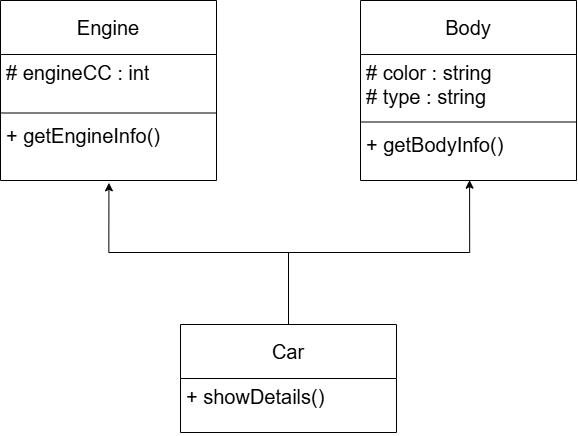
Before: MultipleInheritance/UMLMultipleInheritance.drawio.png, a diagram exported from draw.io (Balakrishna0907/Record-5-and-6). Source tidied: cells renumbered, new cells last; positions are measured from the earlier drawing's top-left corner, leaving out a move shared by most shapes. Its diagram source:
```xml
<mxGraphModel>
  <root>
    <mxCell id="0" />
    <mxCell id="1" parent="0" />
    <mxCell id="2" value="Engine" style="swimlane;fontStyle=0;horizontal=1;startSize=54;fillColor=none;whiteSpace=wrap;html=1;fontSize=20;" parent="1" vertex="1">
      <mxGeometry width="216" height="180" as="geometry" />
    </mxCell>
    <mxCell id="3" value="# engineCC : int" style="text;strokeColor=none;fillColor=none;align=left;verticalAlign=top;spacingLeft=4;spacingRight=4;overflow=hidden;whiteSpace=wrap;html=1;fontSize=20;" parent="2" vertex="1">
      <mxGeometry y="54" width="216" height="54" as="geometry" />
    </mxCell>
    <mxCell id="4" style="line;strokeWidth=1;fillColor=none;align=left;verticalAlign=middle;spacingTop=-1;spacingLeft=3;spacingRight=3;labelPosition=right;strokeColor=inherit;" parent="2" vertex="1">
      <mxGeometry y="108" width="216" height="9" as="geometry" />
    </mxCell>
    <mxCell id="5" value="+ getEngineInfo()" style="text;strokeColor=none;fillColor=none;align=left;verticalAlign=top;spacingLeft=4;spacingRight=4;overflow=hidden;points=[[0,0.5],[1,0.5]];portConstraint=eastwest;whiteSpace=wrap;html=1;fontSize=20;" parent="2" vertex="1">
      <mxGeometry y="117" width="216" height="63" as="geometry" />
    </mxCell>
    <mxCell id="6" value="Body" style="swimlane;fontStyle=0;horizontal=1;startSize=54;fillColor=none;whiteSpace=wrap;html=1;fontSize=20;" parent="1" vertex="1">
      <mxGeometry x="360" width="216" height="180" as="geometry" />
    </mxCell>
    <mxCell id="7" value="# color : string&lt;div&gt;# type : string&amp;nbsp;&lt;/div&gt;" style="text;strokeColor=none;fillColor=none;align=left;verticalAlign=top;spacingLeft=4;spacingRight=4;overflow=hidden;whiteSpace=wrap;html=1;fontSize=20;" parent="6" vertex="1">
      <mxGeometry y="54" width="216" height="63" as="geometry" />
    </mxCell>
    <mxCell id="8" style="line;strokeWidth=1;fillColor=none;align=left;verticalAlign=middle;spacingTop=-1;spacingLeft=3;spacingRight=3;labelPosition=right;strokeColor=inherit;" parent="6" vertex="1">
      <mxGeometry y="117" width="216" height="9" as="geometry" />
    </mxCell>
    <mxCell id="9" value="+ getBodyInfo()" style="text;strokeColor=none;fillColor=none;align=left;verticalAlign=top;spacingLeft=4;spacingRight=4;overflow=hidden;points=[[0,0.5],[1,0.5]];portConstraint=eastwest;whiteSpace=wrap;html=1;fontSize=20;" parent="6" vertex="1">
      <mxGeometry y="126" width="216" height="54" as="geometry" />
    </mxCell>
    <mxCell id="10" style="edgeStyle=orthogonalEdgeStyle;rounded=0;jettySize=auto;html=1;exitX=0.5;exitY=0;exitDx=0;exitDy=0;entryX=0.502;entryY=1.037;entryDx=0;entryDy=0;entryPerimeter=0;" parent="1" edge="1" source="11" target="5">
      <mxGeometry relative="1" as="geometry">
        <Array as="points">
          <mxPoint x="288" y="252" />
          <mxPoint x="108" y="252" />
        </Array>
      </mxGeometry>
    </mxCell>
    <mxCell id="11" value="Car" style="swimlane;fontStyle=0;horizontal=1;startSize=54;fillColor=none;whiteSpace=wrap;html=1;fontSize=20;" parent="1" vertex="1">
      <mxGeometry x="180" y="324" width="216" height="108" as="geometry" />
    </mxCell>
    <mxCell id="12" value="+ showDetails()" style="text;strokeColor=none;fillColor=none;align=left;verticalAlign=top;spacingLeft=4;spacingRight=4;overflow=hidden;whiteSpace=wrap;html=1;fontSize=20;" parent="11" vertex="1">
      <mxGeometry y="54" width="216" height="54" as="geometry" />
    </mxCell>
    <mxCell id="13" style="edgeStyle=orthogonalEdgeStyle;rounded=0;jettySize=auto;html=1;exitX=0.5;exitY=0;exitDx=0;exitDy=0;entryX=0.505;entryY=0.994;entryDx=0;entryDy=0;entryPerimeter=0;" parent="1" edge="1" source="11" target="9">
      <mxGeometry relative="1" as="geometry" />
    </mxCell>
  </root>
</mxGraphModel>
```
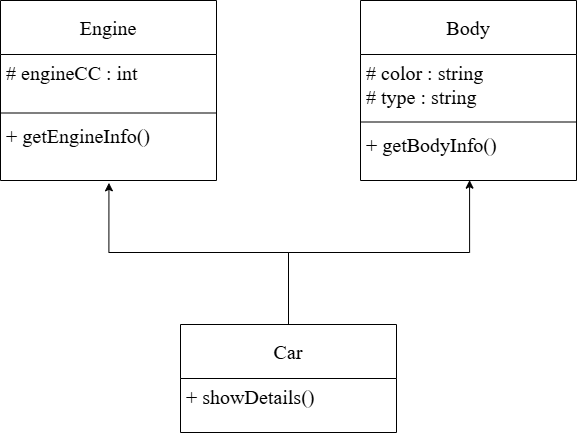
After the commit.

The edit, as a diff of the source:
```diff
@@ -2,31 +2,31 @@
   <root>
     <mxCell id="0" />
     <mxCell id="1" parent="0" />
-    <mxCell id="2" value="Engine" style="swimlane;fontStyle=0;horizontal=1;startSize=54;fillColor=none;whiteSpace=wrap;html=1;fontSize=20;" parent="1" vertex="1">
+    <mxCell id="2" value="Engine" style="swimlane;fontStyle=0;horizontal=1;startSize=54;fillColor=none;whiteSpace=wrap;html=1;fontSize=20;fontFamily=Times New Roman;" parent="1" vertex="1">
       <mxGeometry width="216" height="180" as="geometry" />
     </mxCell>
-    <mxCell id="3" value="# engineCC : int" style="text;strokeColor=none;fillColor=none;align=left;verticalAlign=top;spacingLeft=4;spacingRight=4;overflow=hidden;whiteSpace=wrap;html=1;fontSize=20;" parent="2" vertex="1">
+    <mxCell id="3" value="# engineCC : int" style="text;strokeColor=none;fillColor=none;align=left;verticalAlign=top;spacingLeft=4;spacingRight=4;overflow=hidden;whiteSpace=wrap;html=1;fontSize=20;fontFamily=Times New Roman;" parent="2" vertex="1">
       <mxGeometry y="54" width="216" height="54" as="geometry" />
     </mxCell>
-    <mxCell id="4" style="line;strokeWidth=1;fillColor=none;align=left;verticalAlign=middle;spacingTop=-1;spacingLeft=3;spacingRight=3;labelPosition=right;strokeColor=inherit;" parent="2" vertex="1">
+    <mxCell id="4" style="line;strokeWidth=1;fillColor=none;align=left;verticalAlign=middle;spacingTop=-1;spacingLeft=3;spacingRight=3;labelPosition=right;strokeColor=inherit;fontFamily=Times New Roman;" parent="2" vertex="1">
       <mxGeometry y="108" width="216" height="9" as="geometry" />
     </mxCell>
-    <mxCell id="5" value="+ getEngineInfo()" style="text;strokeColor=none;fillColor=none;align=left;verticalAlign=top;spacingLeft=4;spacingRight=4;overflow=hidden;points=[[0,0.5],[1,0.5]];portConstraint=eastwest;whiteSpace=wrap;html=1;fontSize=20;" parent="2" vertex="1">
+    <mxCell id="5" value="+ getEngineInfo()" style="text;strokeColor=none;fillColor=none;align=left;verticalAlign=top;spacingLeft=4;spacingRight=4;overflow=hidden;points=[[0,0.5],[1,0.5]];portConstraint=eastwest;whiteSpace=wrap;html=1;fontSize=20;fontFamily=Times New Roman;" parent="2" vertex="1">
       <mxGeometry y="117" width="216" height="63" as="geometry" />
     </mxCell>
-    <mxCell id="6" value="Body" style="swimlane;fontStyle=0;horizontal=1;startSize=54;fillColor=none;whiteSpace=wrap;html=1;fontSize=20;" parent="1" vertex="1">
+    <mxCell id="6" value="Body" style="swimlane;fontStyle=0;horizontal=1;startSize=54;fillColor=none;whiteSpace=wrap;html=1;fontSize=20;fontFamily=Times New Roman;" parent="1" vertex="1">
       <mxGeometry x="360" width="216" height="180" as="geometry" />
     </mxCell>
-    <mxCell id="7" value="# color : string&lt;div&gt;# type : string&amp;nbsp;&lt;/div&gt;" style="text;strokeColor=none;fillColor=none;align=left;verticalAlign=top;spacingLeft=4;spacingRight=4;overflow=hidden;whiteSpace=wrap;html=1;fontSize=20;" parent="6" vertex="1">
+    <mxCell id="7" value="# color : string&lt;div&gt;# type : string&amp;nbsp;&lt;/div&gt;" style="text;strokeColor=none;fillColor=none;align=left;verticalAlign=top;spacingLeft=4;spacingRight=4;overflow=hidden;whiteSpace=wrap;html=1;fontSize=20;fontFamily=Times New Roman;" parent="6" vertex="1">
       <mxGeometry y="54" width="216" height="63" as="geometry" />
     </mxCell>
-    <mxCell id="8" style="line;strokeWidth=1;fillColor=none;align=left;verticalAlign=middle;spacingTop=-1;spacingLeft=3;spacingRight=3;labelPosition=right;strokeColor=inherit;" parent="6" vertex="1">
+    <mxCell id="8" style="line;strokeWidth=1;fillColor=none;align=left;verticalAlign=middle;spacingTop=-1;spacingLeft=3;spacingRight=3;labelPosition=right;strokeColor=inherit;fontFamily=Times New Roman;" parent="6" vertex="1">
       <mxGeometry y="117" width="216" height="9" as="geometry" />
     </mxCell>
-    <mxCell id="9" value="+ getBodyInfo()" style="text;strokeColor=none;fillColor=none;align=left;verticalAlign=top;spacingLeft=4;spacingRight=4;overflow=hidden;points=[[0,0.5],[1,0.5]];portConstraint=eastwest;whiteSpace=wrap;html=1;fontSize=20;" parent="6" vertex="1">
+    <mxCell id="9" value="+ getBodyInfo()" style="text;strokeColor=none;fillColor=none;align=left;verticalAlign=top;spacingLeft=4;spacingRight=4;overflow=hidden;points=[[0,0.5],[1,0.5]];portConstraint=eastwest;whiteSpace=wrap;html=1;fontSize=20;fontFamily=Times New Roman;" parent="6" vertex="1">
       <mxGeometry y="126" width="216" height="54" as="geometry" />
     </mxCell>
-    <mxCell id="10" style="edgeStyle=orthogonalEdgeStyle;rounded=0;jettySize=auto;html=1;exitX=0.5;exitY=0;exitDx=0;exitDy=0;entryX=0.502;entryY=1.037;entryDx=0;entryDy=0;entryPerimeter=0;" parent="1" edge="1" source="11" target="5">
+    <mxCell id="10" style="edgeStyle=orthogonalEdgeStyle;rounded=0;jettySize=auto;html=1;exitX=0.5;exitY=0;exitDx=0;exitDy=0;entryX=0.502;entryY=1.037;entryDx=0;entryDy=0;entryPerimeter=0;fontFamily=Times New Roman;" parent="1" edge="1" source="11" target="5">
       <mxGeometry relative="1" as="geometry">
         <Array as="points">
           <mxPoint x="288" y="252" />
@@ -34,13 +34,13 @@
         </Array>
       </mxGeometry>
     </mxCell>
-    <mxCell id="11" value="Car" style="swimlane;fontStyle=0;horizontal=1;startSize=54;fillColor=none;whiteSpace=wrap;html=1;fontSize=20;" parent="1" vertex="1">
+    <mxCell id="11" value="Car" style="swimlane;fontStyle=0;horizontal=1;startSize=54;fillColor=none;whiteSpace=wrap;html=1;fontSize=20;fontFamily=Times New Roman;" parent="1" vertex="1">
       <mxGeometry x="180" y="324" width="216" height="108" as="geometry" />
     </mxCell>
-    <mxCell id="12" value="+ showDetails()" style="text;strokeColor=none;fillColor=none;align=left;verticalAlign=top;spacingLeft=4;spacingRight=4;overflow=hidden;whiteSpace=wrap;html=1;fontSize=20;" parent="11" vertex="1">
+    <mxCell id="12" value="+ showDetails()" style="text;strokeColor=none;fillColor=none;align=left;verticalAlign=top;spacingLeft=4;spacingRight=4;overflow=hidden;whiteSpace=wrap;html=1;fontSize=20;fontFamily=Times New Roman;" parent="11" vertex="1">
       <mxGeometry y="54" width="216" height="54" as="geometry" />
     </mxCell>
-    <mxCell id="13" style="edgeStyle=orthogonalEdgeStyle;rounded=0;jettySize=auto;html=1;exitX=0.5;exitY=0;exitDx=0;exitDy=0;entryX=0.505;entryY=0.994;entryDx=0;entryDy=0;entryPerimeter=0;" parent="1" edge="1" source="11" target="9">
+    <mxCell id="13" style="edgeStyle=orthogonalEdgeStyle;rounded=0;jettySize=auto;html=1;exitX=0.5;exitY=0;exitDx=0;exitDy=0;entryX=0.505;entryY=0.994;entryDx=0;entryDy=0;entryPerimeter=0;fontFamily=Times New Roman;" parent="1" edge="1" source="11" target="9">
       <mxGeometry relative="1" as="geometry" />
     </mxCell>
   </root>
```
